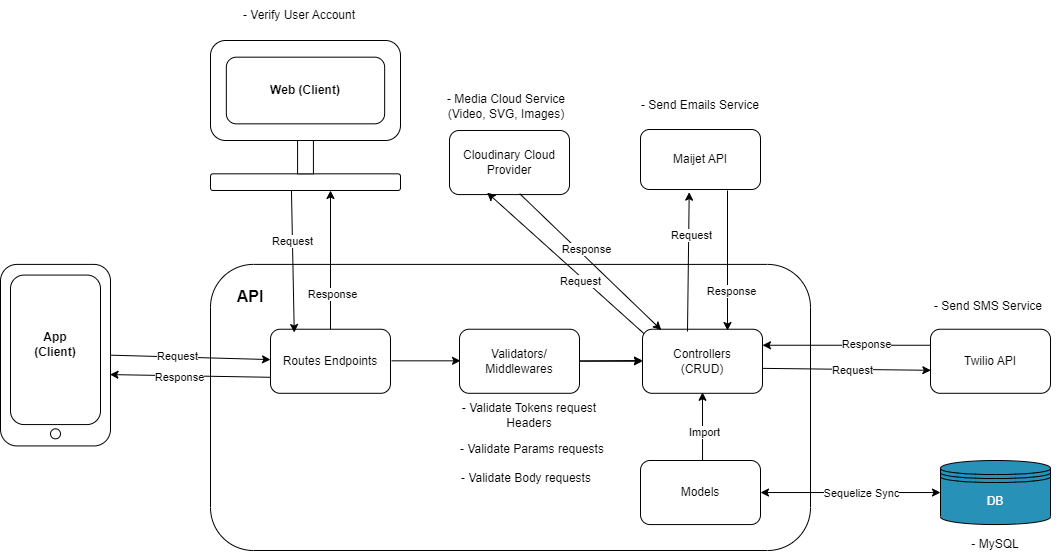
Earlier version of the draw.io export images/Architecture.png (pedromst2000/Activulse). Source tidied: cells renumbered, new cells last; positions are measured from the earlier drawing's top-left corner, leaving out a move shared by most shapes. Its diagram source:
```xml
<mxGraphModel>
  <root>
    <mxCell id="0" />
    <mxCell id="1" parent="0" />
    <mxCell id="2" style="group;" parent="1" vertex="1">
      <mxGeometry width="1060" height="559" as="geometry" />
    </mxCell>
    <mxCell id="3" value="- Verify User Account" style="text;html=1;align=center;verticalAlign=middle;whiteSpace=wrap;rounded=0;" parent="2" vertex="1">
      <mxGeometry x="234" width="130" height="30" as="geometry" />
    </mxCell>
    <mxCell id="4" style="group;" parent="2" vertex="1">
      <mxGeometry y="40" width="1060" height="519" as="geometry" />
    </mxCell>
    <mxCell id="5" value="Maijet API" style="rounded=1;whiteSpace=wrap;html=1;" parent="4" vertex="1">
      <mxGeometry x="640" y="89" width="120" height="60" as="geometry" />
    </mxCell>
    <mxCell id="6" value="- Send Emails Service" style="text;html=1;align=center;verticalAlign=middle;whiteSpace=wrap;rounded=0;" parent="4" vertex="1">
      <mxGeometry x="635" y="50" width="130" height="30" as="geometry" />
    </mxCell>
    <mxCell id="7" value="Cloudinary Cloud Provider" style="rounded=1;whiteSpace=wrap;html=1;" parent="4" vertex="1">
      <mxGeometry x="449" y="90" width="120" height="64.1" as="geometry" />
    </mxCell>
    <mxCell id="8" value="Twilio API" style="rounded=1;whiteSpace=wrap;html=1;" parent="4" vertex="1">
      <mxGeometry x="930" y="288.7" width="120" height="64.1" as="geometry" />
    </mxCell>
    <mxCell id="9" value="- Send SMS Service" style="text;html=1;align=center;verticalAlign=middle;whiteSpace=wrap;rounded=0;" parent="4" vertex="1">
      <mxGeometry x="930" y="250.2" width="116" height="32" as="geometry" />
    </mxCell>
    <mxCell id="10" value="- Media Cloud Service (Video, SVG, Images)" style="text;html=1;align=center;verticalAlign=middle;whiteSpace=wrap;rounded=0;" parent="4" vertex="1">
      <mxGeometry x="443" y="50" width="126" height="32" as="geometry" />
    </mxCell>
    <mxCell id="11" style="group;" parent="4" vertex="1">
      <mxGeometry y="223.9" width="110" height="181.5" as="geometry" />
    </mxCell>
    <mxCell id="12" style="rounded=1;whiteSpace=wrap;html=1;" parent="11" vertex="1">
      <mxGeometry width="110" height="181.5" as="geometry" />
    </mxCell>
    <mxCell id="13" style="rounded=1;whiteSpace=wrap;html=1;" parent="11" vertex="1">
      <mxGeometry x="10" y="10.7" width="90" height="149.5" as="geometry" />
    </mxCell>
    <mxCell id="14" style="ellipse;whiteSpace=wrap;html=1;" parent="11" vertex="1">
      <mxGeometry x="50" y="164.4" width="10" height="10" as="geometry" />
    </mxCell>
    <mxCell id="15" value="&lt;b&gt;App&lt;/b&gt;&lt;div&gt;&lt;b&gt;(Client)&lt;/b&gt;&lt;/div&gt;" style="text;html=1;align=center;verticalAlign=middle;whiteSpace=wrap;rounded=0;" parent="11" vertex="1">
      <mxGeometry x="25" y="64.1" width="60" height="32" as="geometry" />
    </mxCell>
    <mxCell id="16" style="rounded=1;whiteSpace=wrap;html=1;" parent="4" vertex="1">
      <mxGeometry x="210" y="223.9" width="600" height="286.1" as="geometry" />
    </mxCell>
    <mxCell id="17" value="Routes Endpoints" style="rounded=1;whiteSpace=wrap;html=1;" parent="4" vertex="1">
      <mxGeometry x="270" y="288.7" width="120" height="64.1" as="geometry" />
    </mxCell>
    <mxCell id="18" style="edgeStyle=orthogonalEdgeStyle;rounded=0;jettySize=auto;html=1;" parent="4" edge="1" source="19" target="20">
      <mxGeometry relative="1" as="geometry" />
    </mxCell>
    <mxCell id="19" value="Validators/&lt;div&gt;Middlewares&lt;/div&gt;" style="rounded=1;whiteSpace=wrap;html=1;" parent="4" vertex="1">
      <mxGeometry x="459" y="288.7" width="120" height="64.1" as="geometry" />
    </mxCell>
    <mxCell id="20" value="Controllers&lt;div&gt;(CRUD)&lt;/div&gt;" style="rounded=1;whiteSpace=wrap;html=1;" parent="4" vertex="1">
      <mxGeometry x="642" y="288.7" width="120" height="64.1" as="geometry" />
    </mxCell>
    <mxCell id="21" style="endArrow=classic;html=1;rounded=0;exitX=1;exitY=0.5;exitDx=0;exitDy=0;" parent="4" edge="1" source="12" target="17">
      <mxGeometry relative="1" as="geometry" />
    </mxCell>
    <mxCell id="22" value="Request" style="edgeLabel;html=1;align=center;verticalAlign=middle;" parent="21" vertex="1">
      <mxGeometry x="-0.24" y="2" relative="1" as="geometry">
        <mxPoint x="6" y="1" as="offset" />
      </mxGeometry>
    </mxCell>
    <mxCell id="23" style="endArrow=classic;html=1;rounded=0;entryX=0.995;entryY=0.607;entryDx=0;entryDy=0;entryPerimeter=0;exitX=0;exitY=0.75;exitDx=0;exitDy=0;" parent="4" edge="1" source="17" target="12">
      <mxGeometry relative="1" as="geometry" />
    </mxCell>
    <mxCell id="24" value="Response" style="edgeLabel;html=1;align=center;verticalAlign=middle;" parent="23" vertex="1">
      <mxGeometry x="-0.01" y="1" relative="1" as="geometry">
        <mxPoint x="-12" as="offset" />
      </mxGeometry>
    </mxCell>
    <mxCell id="25" style="endArrow=classic;html=1;rounded=0;exitX=1;exitY=0.5;exitDx=0;exitDy=0;" parent="4" edge="1">
      <mxGeometry relative="1" as="geometry">
        <mxPoint x="391" y="320.3" as="sourcePoint" />
        <mxPoint x="460" y="320.3" as="targetPoint" />
      </mxGeometry>
    </mxCell>
    <mxCell id="26" style="endArrow=classic;html=1;rounded=0;exitX=1;exitY=0.5;exitDx=0;exitDy=0;" parent="4" edge="1">
      <mxGeometry relative="1" as="geometry">
        <mxPoint x="579" y="320.3" as="sourcePoint" />
        <mxPoint x="642" y="320" as="targetPoint" />
      </mxGeometry>
    </mxCell>
    <mxCell id="27" value="&lt;b&gt;&lt;font style=&quot;font-size: 16px;&quot;&gt;API&lt;/font&gt;&lt;/b&gt;" style="text;html=1;align=center;verticalAlign=middle;whiteSpace=wrap;rounded=0;" parent="4" vertex="1">
      <mxGeometry x="220" y="240" width="60" height="32" as="geometry" />
    </mxCell>
    <mxCell id="28" value="- Validate Tokens request&lt;div&gt;Headers&lt;/div&gt;" style="text;html=1;align=center;verticalAlign=middle;whiteSpace=wrap;rounded=0;" parent="4" vertex="1">
      <mxGeometry x="448.2" y="360" width="161.8" height="30" as="geometry" />
    </mxCell>
    <mxCell id="29" value="Models" style="rounded=1;whiteSpace=wrap;html=1;" parent="4" vertex="1">
      <mxGeometry x="640" y="420" width="120" height="64.1" as="geometry" />
    </mxCell>
    <mxCell id="30" style="endArrow=classic;html=1;rounded=0;entryX=0.5;entryY=1;entryDx=0;entryDy=0;exitX=0.517;exitY=0;exitDx=0;exitDy=0;exitPerimeter=0;" parent="4" edge="1" source="29">
      <mxGeometry relative="1" as="geometry">
        <mxPoint x="702" y="351.8" as="targetPoint" />
      </mxGeometry>
    </mxCell>
    <mxCell id="31" value="Import" style="edgeLabel;html=1;align=center;verticalAlign=middle;" parent="30" vertex="1">
      <mxGeometry x="0.06" y="-1" relative="1" as="geometry">
        <mxPoint y="7" as="offset" />
      </mxGeometry>
    </mxCell>
    <mxCell id="32" value="&lt;font color=&quot;#ffffff&quot;&gt;DB&lt;/font&gt;" style="shape=datastore;whiteSpace=wrap;html=1;fillColor=#2791B8;" parent="4" vertex="1">
      <mxGeometry x="940" y="420" width="110" height="64.1" as="geometry" />
    </mxCell>
    <mxCell id="33" style="endArrow=classic;startArrow=classic;html=1;rounded=0;entryX=0;entryY=0.5;entryDx=0;entryDy=0;exitX=1;exitY=0.5;exitDx=0;exitDy=0;" parent="4" edge="1" source="29" target="32">
      <mxGeometry relative="1" as="geometry" />
    </mxCell>
    <mxCell id="34" value="Sequelize Sync" style="edgeLabel;html=1;align=center;verticalAlign=middle;" parent="33" vertex="1">
      <mxGeometry x="-0.01" y="3" relative="1" as="geometry">
        <mxPoint x="11" y="3" as="offset" />
      </mxGeometry>
    </mxCell>
    <mxCell id="35" value="- MySQL" style="text;html=1;align=center;verticalAlign=middle;whiteSpace=wrap;rounded=0;" parent="4" vertex="1">
      <mxGeometry x="930" y="489" width="130" height="30" as="geometry" />
    </mxCell>
    <mxCell id="36" style="endArrow=classic;html=1;rounded=0;exitX=0.375;exitY=0.035;exitDx=0;exitDy=0;exitPerimeter=0;entryX=0.406;entryY=1.044;entryDx=0;entryDy=0;entryPerimeter=0;" parent="4" edge="1" source="20" target="5">
      <mxGeometry relative="1" as="geometry" />
    </mxCell>
    <mxCell id="37" value="Request" style="edgeLabel;html=1;align=center;verticalAlign=middle;" parent="36" vertex="1">
      <mxGeometry x="0.15" relative="1" as="geometry">
        <mxPoint x="2" y="-17" as="offset" />
      </mxGeometry>
    </mxCell>
    <mxCell id="38" style="endArrow=classic;html=1;rounded=0;" parent="4" edge="1">
      <mxGeometry relative="1" as="geometry">
        <mxPoint x="727" y="150" as="sourcePoint" />
        <mxPoint x="727" y="290" as="targetPoint" />
      </mxGeometry>
    </mxCell>
    <mxCell id="39" value="Response" style="edgeLabel;html=1;align=center;verticalAlign=middle;" parent="38" vertex="1">
      <mxGeometry x="-0.24" y="1" relative="1" as="geometry">
        <mxPoint x="2" y="47" as="offset" />
      </mxGeometry>
    </mxCell>
    <mxCell id="40" style="endArrow=classic;html=1;rounded=0;entryX=0.003;entryY=0.641;entryDx=0;entryDy=0;entryPerimeter=0;exitX=1.004;exitY=0.611;exitDx=0;exitDy=0;exitPerimeter=0;" parent="4" edge="1" source="20" target="8">
      <mxGeometry relative="1" as="geometry" />
    </mxCell>
    <mxCell id="41" value="Request" style="edgeLabel;html=1;align=center;verticalAlign=middle;" parent="40" vertex="1">
      <mxGeometry x="-0.37" relative="1" as="geometry">
        <mxPoint x="36" y="1" as="offset" />
      </mxGeometry>
    </mxCell>
    <mxCell id="42" style="endArrow=classic;html=1;rounded=0;exitX=0;exitY=0.25;exitDx=0;exitDy=0;entryX=1;entryY=0.25;entryDx=0;entryDy=0;" parent="4" edge="1" source="8" target="20">
      <mxGeometry relative="1" as="geometry" />
    </mxCell>
    <mxCell id="43" value="Response" style="edgeLabel;html=1;align=center;verticalAlign=middle;" parent="42" vertex="1">
      <mxGeometry x="-0.12" y="1" relative="1" as="geometry">
        <mxPoint x="10" y="-3" as="offset" />
      </mxGeometry>
    </mxCell>
    <mxCell id="44" style="endArrow=classic;html=1;rounded=0;entryX=0.314;entryY=0.97;entryDx=0;entryDy=0;entryPerimeter=0;exitX=0.012;exitY=0.068;exitDx=0;exitDy=0;exitPerimeter=0;" parent="4" edge="1" source="20" target="7">
      <mxGeometry relative="1" as="geometry" />
    </mxCell>
    <mxCell id="45" value="Request" style="edgeLabel;html=1;align=center;verticalAlign=middle;" parent="44" vertex="1">
      <mxGeometry x="0.16" y="1" relative="1" as="geometry">
        <mxPoint x="27" y="28" as="offset" />
      </mxGeometry>
    </mxCell>
    <mxCell id="46" style="endArrow=classic;html=1;rounded=0;exitX=0.585;exitY=0.986;exitDx=0;exitDy=0;exitPerimeter=0;entryX=0.157;entryY=0.013;entryDx=0;entryDy=0;entryPerimeter=0;" parent="4" edge="1" source="7" target="20">
      <mxGeometry relative="1" as="geometry" />
    </mxCell>
    <mxCell id="47" value="Response" style="edgeLabel;html=1;align=center;verticalAlign=middle;" parent="46" vertex="1">
      <mxGeometry x="-0.21" y="-1" relative="1" as="geometry">
        <mxPoint x="10" as="offset" />
      </mxGeometry>
    </mxCell>
    <mxCell id="48" style="group;" parent="4" vertex="1">
      <mxGeometry x="210" width="190" height="150" as="geometry" />
    </mxCell>
    <mxCell id="49" style="rounded=1;whiteSpace=wrap;html=1;" parent="48" vertex="1">
      <mxGeometry y="133.3" width="190" height="16.7" as="geometry" />
    </mxCell>
    <mxCell id="50" style="rounded=1;whiteSpace=wrap;html=1;" parent="48" vertex="1">
      <mxGeometry width="190" height="100" as="geometry" />
    </mxCell>
    <mxCell id="51" value="&lt;b&gt;Web (Client)&lt;/b&gt;" style="rounded=1;whiteSpace=wrap;html=1;" parent="48" vertex="1">
      <mxGeometry x="15.8" y="16.7" width="158.3" height="66.7" as="geometry" />
    </mxCell>
    <mxCell id="52" style="rounded=0;whiteSpace=wrap;html=1;direction=south;" parent="48" vertex="1">
      <mxGeometry x="87.1" y="100" width="15.8" height="33.3" as="geometry" />
    </mxCell>
    <mxCell id="53" style="endArrow=classic;html=1;rounded=0;" parent="4" edge="1" source="17">
      <mxGeometry relative="1" as="geometry">
        <mxPoint x="330" y="150" as="targetPoint" />
      </mxGeometry>
    </mxCell>
    <mxCell id="54" value="Response" style="edgeLabel;html=1;align=center;verticalAlign=middle;" parent="53" vertex="1">
      <mxGeometry x="0.15" y="-1" relative="1" as="geometry">
        <mxPoint y="44" as="offset" />
      </mxGeometry>
    </mxCell>
    <mxCell id="55" style="endArrow=classic;html=1;rounded=0;exitX=0.426;exitY=0.976;exitDx=0;exitDy=0;exitPerimeter=0;entryX=0.198;entryY=0.051;entryDx=0;entryDy=0;entryPerimeter=0;" parent="4" edge="1" source="49" target="17">
      <mxGeometry relative="1" as="geometry" />
    </mxCell>
    <mxCell id="56" value="Request" style="edgeLabel;html=1;align=center;verticalAlign=middle;" parent="55" vertex="1">
      <mxGeometry x="-0.44" y="-1" relative="1" as="geometry">
        <mxPoint y="10" as="offset" />
      </mxGeometry>
    </mxCell>
    <mxCell id="57" value="- Validate Params requests" style="text;html=1;align=center;verticalAlign=middle;whiteSpace=wrap;rounded=0;" parent="4" vertex="1">
      <mxGeometry x="458" y="394" width="148" height="30" as="geometry" />
    </mxCell>
    <mxCell id="58" value="- Validate Body requests" style="text;html=1;align=center;verticalAlign=middle;whiteSpace=wrap;rounded=0;" parent="4" vertex="1">
      <mxGeometry x="457" y="423.4" width="138" height="30" as="geometry" />
    </mxCell>
  </root>
</mxGraphModel>
```
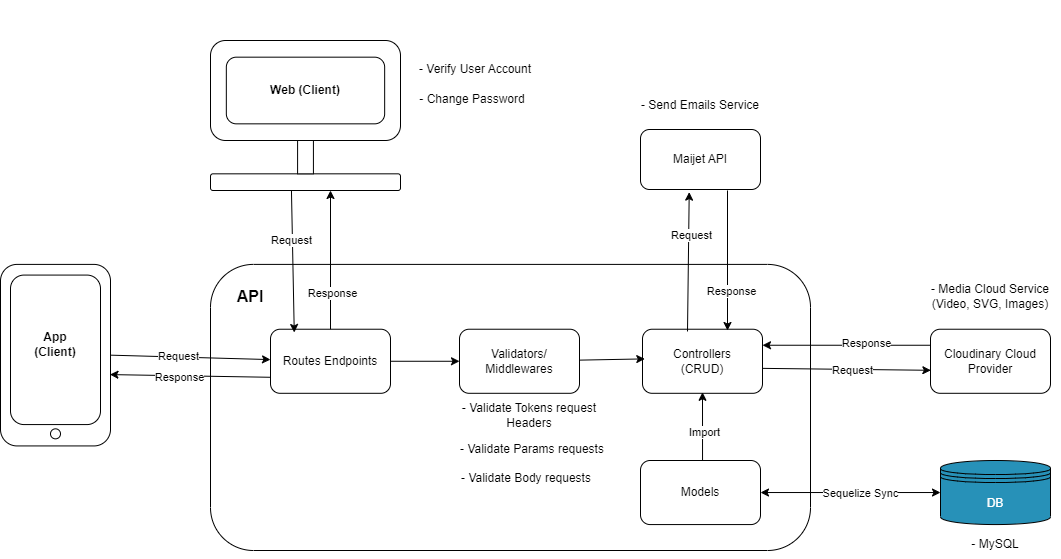
After the commit.

The edit, as a diff of the source:
```diff
@@ -5,9 +5,6 @@
     <mxCell id="2" style="group;" parent="1" vertex="1">
       <mxGeometry width="1060" height="559" as="geometry" />
     </mxCell>
-    <mxCell id="3" value="- Verify User Account" style="text;html=1;align=center;verticalAlign=middle;whiteSpace=wrap;rounded=0;" parent="2" vertex="1">
-      <mxGeometry x="234" width="130" height="30" as="geometry" />
-    </mxCell>
     <mxCell id="4" style="group;" parent="2" vertex="1">
       <mxGeometry y="40" width="1060" height="519" as="geometry" />
     </mxCell>
@@ -17,17 +14,11 @@
     <mxCell id="6" value="- Send Emails Service" style="text;html=1;align=center;verticalAlign=middle;whiteSpace=wrap;rounded=0;" parent="4" vertex="1">
       <mxGeometry x="635" y="50" width="130" height="30" as="geometry" />
     </mxCell>
-    <mxCell id="7" value="Cloudinary Cloud Provider" style="rounded=1;whiteSpace=wrap;html=1;" parent="4" vertex="1">
-      <mxGeometry x="449" y="90" width="120" height="64.1" as="geometry" />
-    </mxCell>
-    <mxCell id="8" value="Twilio API" style="rounded=1;whiteSpace=wrap;html=1;" parent="4" vertex="1">
+    <mxCell id="8" value="Cloudinary Cloud Provider" style="rounded=1;whiteSpace=wrap;html=1;" parent="4" vertex="1">
       <mxGeometry x="930" y="288.7" width="120" height="64.1" as="geometry" />
     </mxCell>
-    <mxCell id="9" value="- Send SMS Service" style="text;html=1;align=center;verticalAlign=middle;whiteSpace=wrap;rounded=0;" parent="4" vertex="1">
-      <mxGeometry x="930" y="250.2" width="116" height="32" as="geometry" />
-    </mxCell>
     <mxCell id="10" value="- Media Cloud Service (Video, SVG, Images)" style="text;html=1;align=center;verticalAlign=middle;whiteSpace=wrap;rounded=0;" parent="4" vertex="1">
-      <mxGeometry x="443" y="50" width="126" height="32" as="geometry" />
+      <mxGeometry x="927" y="240" width="126" height="32" as="geometry" />
     </mxCell>
     <mxCell id="11" style="group;" parent="4" vertex="1">
       <mxGeometry y="223.9" width="110" height="181.5" as="geometry" />
@@ -50,9 +41,6 @@
     <mxCell id="17" value="Routes Endpoints" style="rounded=1;whiteSpace=wrap;html=1;" parent="4" vertex="1">
       <mxGeometry x="270" y="288.7" width="120" height="64.1" as="geometry" />
     </mxCell>
-    <mxCell id="18" style="edgeStyle=orthogonalEdgeStyle;rounded=0;jettySize=auto;html=1;" parent="4" edge="1" source="19" target="20">
-      <mxGeometry relative="1" as="geometry" />
-    </mxCell>
     <mxCell id="19" value="Validators/&lt;div&gt;Middlewares&lt;/div&gt;" style="rounded=1;whiteSpace=wrap;html=1;" parent="4" vertex="1">
       <mxGeometry x="459" y="288.7" width="120" height="64.1" as="geometry" />
     </mxCell>
@@ -75,18 +63,6 @@
         <mxPoint x="-12" as="offset" />
       </mxGeometry>
     </mxCell>
-    <mxCell id="25" style="endArrow=classic;html=1;rounded=0;exitX=1;exitY=0.5;exitDx=0;exitDy=0;" parent="4" edge="1">
-      <mxGeometry relative="1" as="geometry">
-        <mxPoint x="391" y="320.3" as="sourcePoint" />
-        <mxPoint x="460" y="320.3" as="targetPoint" />
-      </mxGeometry>
-    </mxCell>
-    <mxCell id="26" style="endArrow=classic;html=1;rounded=0;exitX=1;exitY=0.5;exitDx=0;exitDy=0;" parent="4" edge="1">
-      <mxGeometry relative="1" as="geometry">
-        <mxPoint x="579" y="320.3" as="sourcePoint" />
-        <mxPoint x="642" y="320" as="targetPoint" />
-      </mxGeometry>
-    </mxCell>
     <mxCell id="27" value="&lt;b&gt;&lt;font style=&quot;font-size: 16px;&quot;&gt;API&lt;/font&gt;&lt;/b&gt;" style="text;html=1;align=center;verticalAlign=middle;whiteSpace=wrap;rounded=0;" parent="4" vertex="1">
       <mxGeometry x="220" y="240" width="60" height="32" as="geometry" />
     </mxCell>
@@ -155,22 +131,6 @@
         <mxPoint x="10" y="-3" as="offset" />
       </mxGeometry>
     </mxCell>
-    <mxCell id="44" style="endArrow=classic;html=1;rounded=0;entryX=0.314;entryY=0.97;entryDx=0;entryDy=0;entryPerimeter=0;exitX=0.012;exitY=0.068;exitDx=0;exitDy=0;exitPerimeter=0;" parent="4" edge="1" source="20" target="7">
-      <mxGeometry relative="1" as="geometry" />
-    </mxCell>
-    <mxCell id="45" value="Request" style="edgeLabel;html=1;align=center;verticalAlign=middle;" parent="44" vertex="1">
-      <mxGeometry x="0.16" y="1" relative="1" as="geometry">
-        <mxPoint x="27" y="28" as="offset" />
-      </mxGeometry>
-    </mxCell>
-    <mxCell id="46" style="endArrow=classic;html=1;rounded=0;exitX=0.585;exitY=0.986;exitDx=0;exitDy=0;exitPerimeter=0;entryX=0.157;entryY=0.013;entryDx=0;entryDy=0;entryPerimeter=0;" parent="4" edge="1" source="7" target="20">
-      <mxGeometry relative="1" as="geometry" />
-    </mxCell>
-    <mxCell id="47" value="Response" style="edgeLabel;html=1;align=center;verticalAlign=middle;" parent="46" vertex="1">
-      <mxGeometry x="-0.21" y="-1" relative="1" as="geometry">
-        <mxPoint x="10" as="offset" />
-      </mxGeometry>
-    </mxCell>
     <mxCell id="48" style="group;" parent="4" vertex="1">
       <mxGeometry x="210" width="190" height="150" as="geometry" />
     </mxCell>
@@ -210,5 +170,17 @@
     <mxCell id="58" value="- Validate Body requests" style="text;html=1;align=center;verticalAlign=middle;whiteSpace=wrap;rounded=0;" parent="4" vertex="1">
       <mxGeometry x="457" y="423.4" width="138" height="30" as="geometry" />
     </mxCell>
+    <mxCell id="18" style="endArrow=classic;startArrow=none;html=1;rounded=0;entryX=0.019;entryY=0.463;entryDx=0;entryDy=0;entryPerimeter=0;startFill=0;" parent="4" edge="1" source="19" target="20">
+      <mxGeometry relative="1" as="geometry" />
+    </mxCell>
+    <mxCell id="3" value="- Verify User Account" style="text;html=1;align=center;verticalAlign=middle;whiteSpace=wrap;rounded=0;" parent="4" vertex="1">
+      <mxGeometry x="410" y="14" width="130" height="30" as="geometry" />
+    </mxCell>
+    <mxCell id="59" value="- Change Password" style="text;html=1;align=center;verticalAlign=middle;whiteSpace=wrap;rounded=0;" parent="4" vertex="1">
+      <mxGeometry x="417" y="44" width="110" height="30" as="geometry" />
+    </mxCell>
+    <mxCell id="60" style="endArrow=classic;html=1;rounded=0;exitX=1;exitY=0.5;exitDx=0;exitDy=0;entryX=0;entryY=0.5;entryDx=0;entryDy=0;" parent="4" edge="1" source="17" target="19">
+      <mxGeometry relative="1" as="geometry" />
+    </mxCell>
   </root>
 </mxGraphModel>
```
